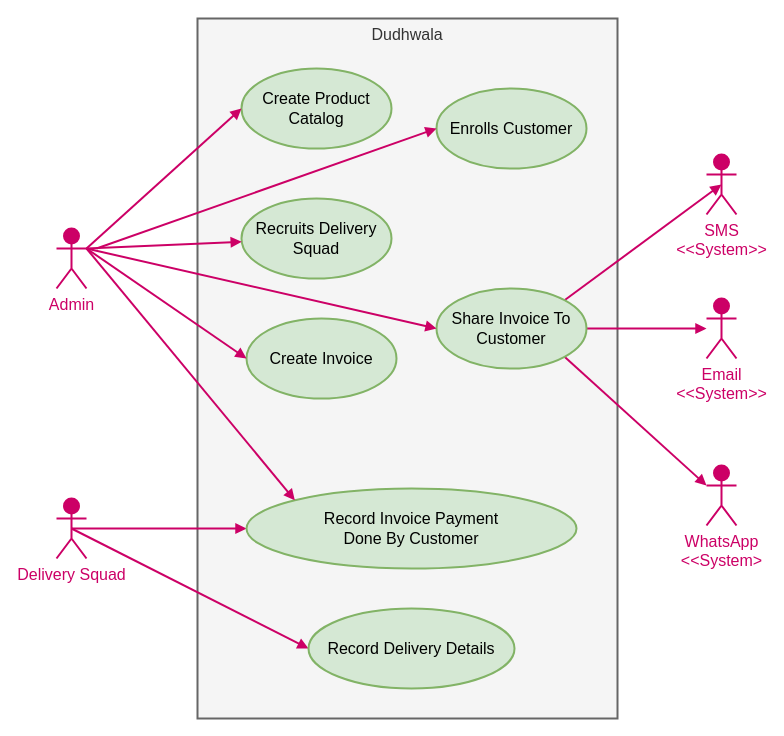
Above: docs/diagram/context_view.drawio in dudhwalas/dudhwala (draw.io), before the change. Source tidied: cells renumbered, new cells numbered last; positions are measured from the earlier drawing's top-left corner, leaving out a move shared by most shapes. Both pictures are drawn from the tidied source at 100%, with x=0, y=0 at pixel (56, 18).
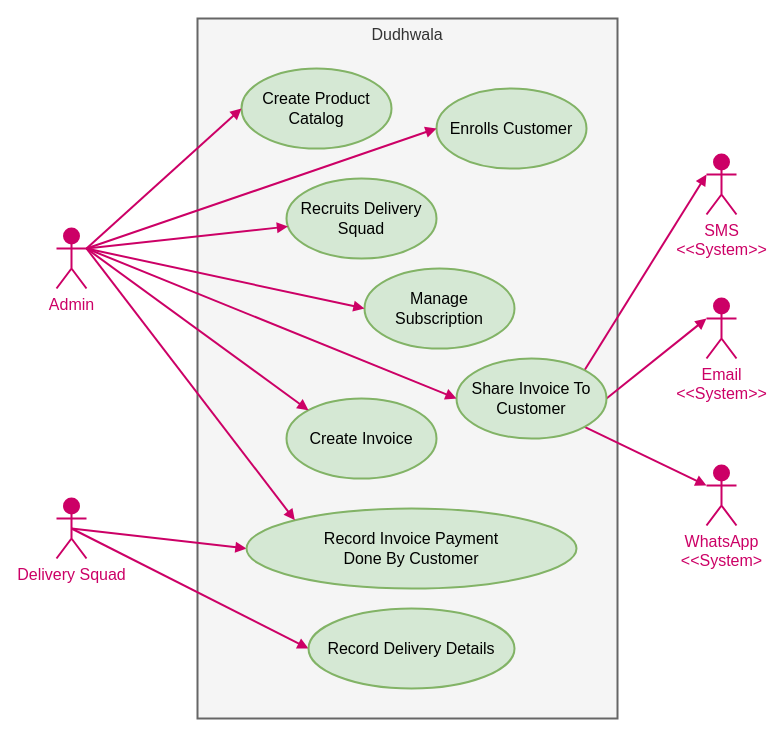
The same diagram, later.

Unchanged cells that the change refers to:
```xml
<mxCell id="2" value="Admin" style="shape=umlActor;verticalLabelPosition=bottom;verticalAlign=top;html=1;outlineConnect=0;shadow=0;fillColor=#CC0066;strokeColor=#CC0066;fontSize=16;fontColor=#CC0066;strokeWidth=2;" parent="1" vertex="1">
  <mxGeometry y="210" width="30" height="60" as="geometry" />
</mxCell>
<mxCell id="6" value="Enrolls Customer" style="ellipse;whiteSpace=wrap;html=1;shadow=0;fontSize=16;fillColor=#d5e8d4;strokeColor=#82b366;strokeWidth=2;" parent="1" vertex="1">
  <mxGeometry x="380" y="70" width="150" height="80" as="geometry" />
</mxCell>
<mxCell id="23" value="SMS&lt;br&gt;&amp;lt;&amp;lt;System&amp;gt;&amp;gt;" style="shape=umlActor;verticalLabelPosition=bottom;verticalAlign=top;html=1;outlineConnect=0;shadow=0;fillColor=#CC0066;strokeColor=#CC0066;fontSize=16;fontColor=#CC0066;strokeWidth=2;" parent="1" vertex="1">
  <mxGeometry x="650" y="136" width="30" height="60" as="geometry" />
</mxCell>
<mxCell id="25" value="Email&lt;br&gt;&amp;lt;&amp;lt;System&amp;gt;&amp;gt;" style="shape=umlActor;verticalLabelPosition=bottom;verticalAlign=top;html=1;outlineConnect=0;shadow=0;fillColor=#CC0066;strokeColor=#CC0066;fontSize=16;fontColor=#CC0066;strokeWidth=2;" parent="1" vertex="1">
  <mxGeometry x="650" y="280" width="30" height="60" as="geometry" />
</mxCell>
```

The edit, as a diff of the source:
```diff
@@
     <mxCell id="7" value="Recruits Delivery Squad" style="ellipse;whiteSpace=wrap;html=1;shadow=0;fontSize=16;fillColor=#d5e8d4;strokeColor=#82b366;strokeWidth=2;" parent="1" vertex="1">
-      <mxGeometry x="185" y="180" width="150" height="80" as="geometry" />
+      <mxGeometry x="230" y="160" width="150" height="80" as="geometry" />
     </mxCell>
     <mxCell id="8" value="Create Invoice" style="ellipse;whiteSpace=wrap;html=1;shadow=0;fontSize=16;fillColor=#d5e8d4;strokeColor=#82b366;strokeWidth=2;" parent="1" vertex="1">
-      <mxGeometry x="190" y="300" width="150" height="80" as="geometry" />
+      <mxGeometry x="230" y="380" width="150" height="80" as="geometry" />
     </mxCell>
-    <mxCell id="9" style="edgeStyle=none;html=1;entryX=0;entryY=0.5;entryDx=0;entryDy=0;fontSize=16;fillColor=#f8cecc;strokeColor=#CC0066;endArrow=block;endFill=1;strokeWidth=2;" parent="1" edge="1" target="6">
-      <mxGeometry relative="1" as="geometry">
-        <mxPoint x="40" y="230" as="sourcePoint" />
-      </mxGeometry>
+    <mxCell id="9" style="edgeStyle=none;html=1;entryX=0;entryY=0.5;entryDx=0;entryDy=0;fontSize=16;fillColor=#f8cecc;strokeColor=#CC0066;endArrow=block;endFill=1;strokeWidth=2;exitX=1;exitY=0.3333333333333333;exitDx=0;exitDy=0;exitPerimeter=0;" parent="1" edge="1" source="2" target="6">
+      <mxGeometry relative="1" as="geometry" />
     </mxCell>
@@
-    <mxCell id="11" style="edgeStyle=none;html=1;exitX=1;exitY=0.3333333333333333;exitDx=0;exitDy=0;exitPerimeter=0;entryX=0;entryY=0.5;entryDx=0;entryDy=0;fontSize=16;strokeColor=#CC0066;endArrow=block;endFill=1;strokeWidth=2;" parent="1" edge="1" source="2" target="8">
+    <mxCell id="11" style="edgeStyle=none;html=1;exitX=1;exitY=0.3333333333333333;exitDx=0;exitDy=0;exitPerimeter=0;entryX=0;entryY=0;entryDx=0;entryDy=0;fontSize=16;strokeColor=#CC0066;endArrow=block;endFill=1;strokeWidth=2;" parent="1" edge="1" source="2" target="8">
       <mxGeometry relative="1" as="geometry" />
     </mxCell>
@@
     <mxCell id="16" value="Record Invoice Payment &lt;br&gt;Done By Customer" style="ellipse;whiteSpace=wrap;html=1;shadow=0;fontSize=16;fillColor=#d5e8d4;strokeColor=#82b366;strokeWidth=2;" parent="1" vertex="1">
-      <mxGeometry x="190" y="470" width="330" height="80" as="geometry" />
+      <mxGeometry x="190" y="490" width="330" height="80" as="geometry" />
     </mxCell>
@@
-    <mxCell id="18" style="edgeStyle=none;html=1;exitX=1;exitY=0;exitDx=0;exitDy=0;entryX=0.5;entryY=0.5;entryDx=0;entryDy=0;entryPerimeter=0;fontSize=16;strokeColor=#CC0066;endArrow=block;endFill=1;strokeWidth=2;" parent="1" edge="1" source="21" target="23">
+    <mxCell id="18" style="edgeStyle=none;html=1;exitX=1;exitY=0;exitDx=0;exitDy=0;entryX=0;entryY=0.3333333333333333;entryDx=0;entryDy=0;entryPerimeter=0;fontSize=16;strokeColor=#CC0066;endArrow=block;endFill=1;strokeWidth=2;" parent="1" edge="1" source="21" target="23">
       <mxGeometry relative="1" as="geometry" />
     </mxCell>
-    <mxCell id="19" style="edgeStyle=none;html=1;exitX=1;exitY=0.5;exitDx=0;exitDy=0;fontSize=16;strokeColor=#CC0066;endArrow=block;endFill=1;strokeWidth=2;" parent="1" edge="1" source="21" target="25">
+    <mxCell id="19" style="edgeStyle=none;html=1;exitX=1;exitY=0.5;exitDx=0;exitDy=0;fontSize=16;strokeColor=#CC0066;endArrow=block;endFill=1;strokeWidth=2;entryX=0;entryY=0.3333333333333333;entryDx=0;entryDy=0;entryPerimeter=0;" parent="1" edge="1" source="21" target="25">
       <mxGeometry relative="1" as="geometry" />
     </mxCell>
@@
     <mxCell id="21" value="Share Invoice To Customer" style="ellipse;whiteSpace=wrap;html=1;shadow=0;fontSize=16;fillColor=#d5e8d4;strokeColor=#82b366;strokeWidth=2;" parent="1" vertex="1">
-      <mxGeometry x="380" y="270" width="150" height="80" as="geometry" />
+      <mxGeometry x="400" y="340" width="150" height="80" as="geometry" />
     </mxCell>
@@
+    <mxCell id="26" value="Manage Subscription" style="ellipse;whiteSpace=wrap;html=1;shadow=0;fontSize=16;fillColor=#d5e8d4;strokeColor=#82b366;strokeWidth=2;" parent="1" vertex="1">
+      <mxGeometry x="308" y="250" width="150" height="80" as="geometry" />
+    </mxCell>
+    <mxCell id="27" style="edgeStyle=none;html=1;exitX=1;exitY=0.3333333333333333;exitDx=0;exitDy=0;exitPerimeter=0;fontSize=16;strokeColor=#CC0066;endArrow=block;endFill=1;strokeWidth=2;entryX=0;entryY=0.5;entryDx=0;entryDy=0;" parent="1" edge="1" source="2" target="26">
+      <mxGeometry relative="1" as="geometry" />
+    </mxCell>
```
